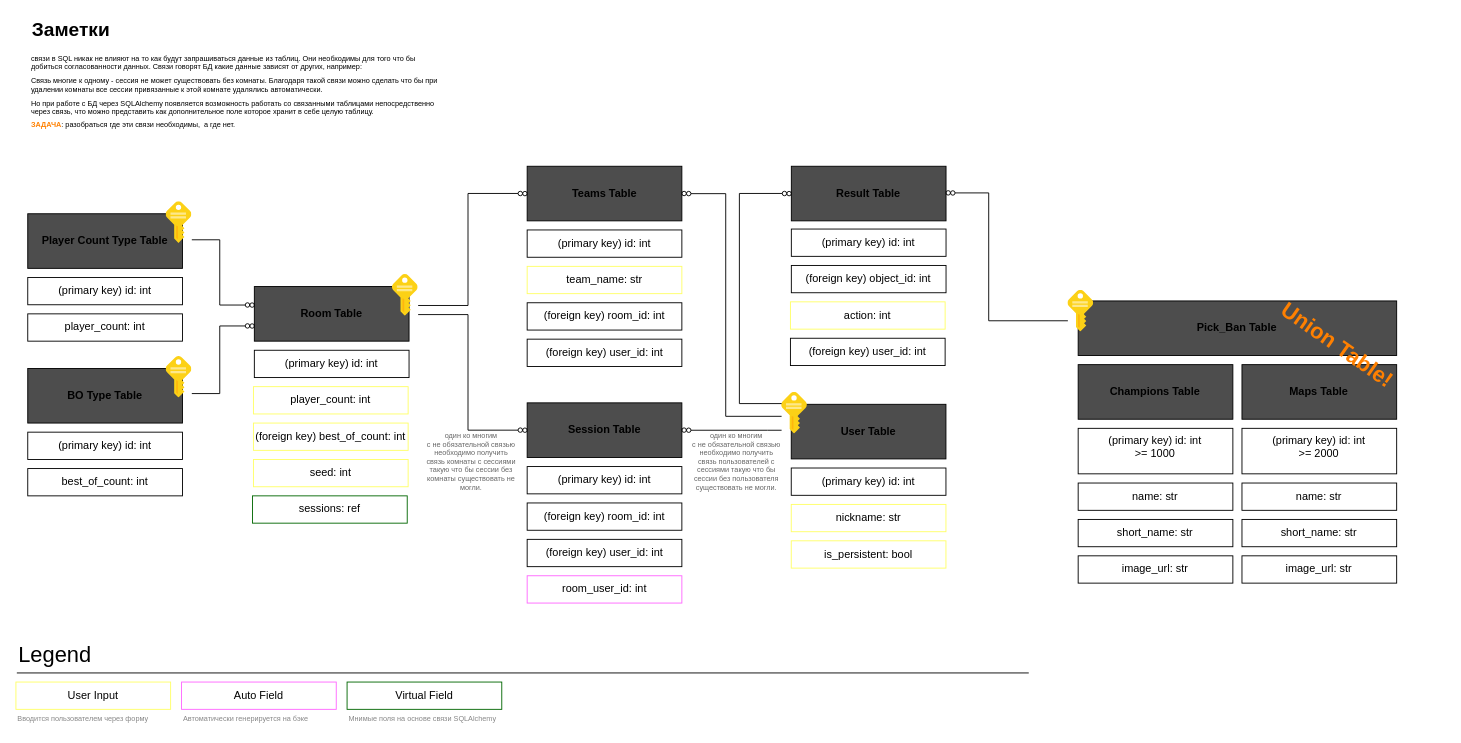
Above: page "DB_Arch" (1 of 5) of quakePicker.drawio in wilsonept/quake-picker (draw.io), before the change. Source tidied: cells renumbered, new cells numbered last; positions are measured from the earlier drawing's top-left corner, leaving out a move shared by most shapes. Both pictures are drawn from the tidied source at 91%, with x=0, y=0 at pixel (15, 15).
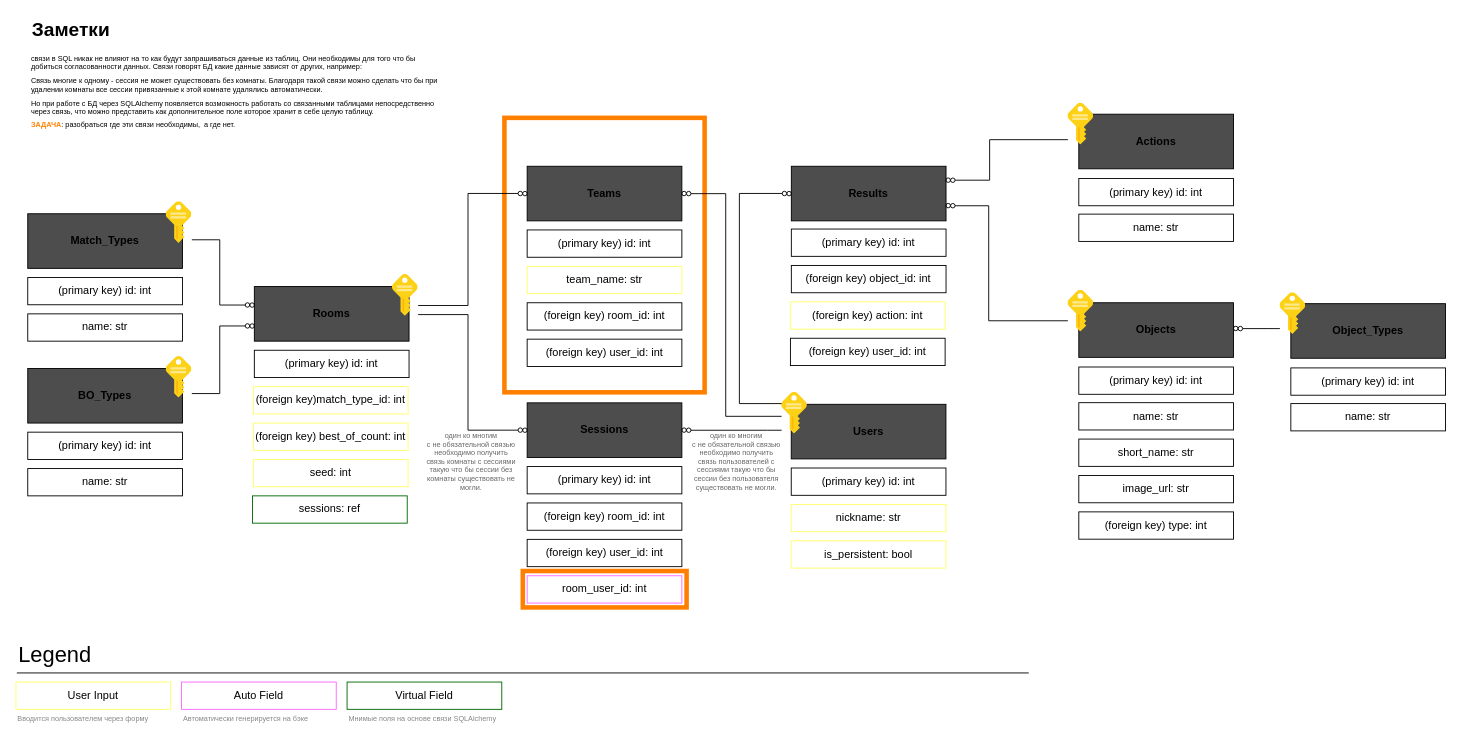
Above is the later version.

Unchanged cells that the change refers to:
```xml
<mxCell id="92" style="ellipse;whiteSpace=wrap;html=1;rounded=1;fontSize=18;fontColor=none;strokeColor=default;fillColor=none;noLabel=1;" parent="90" vertex="1">
  <mxGeometry x="5.1" y="0.1" width="4.9" height="4.9" as="geometry" />
</mxCell>
```

What changed in the source:
```diff
@@
+    <mxCell id="94" style="rounded=0;whiteSpace=wrap;html=1;fontSize=41;fontColor=#FFFFFF;strokeColor=#FF8000;strokeWidth=5;" parent="1" vertex="1">
+      <mxGeometry x="557" y="610" width="180" height="40" as="geometry" />
+    </mxCell>
+    <mxCell id="95" value="WTF?" style="rounded=0;whiteSpace=wrap;html=1;fontSize=41;fontColor=#FFFFFF;strokeColor=#FF8000;strokeWidth=5;verticalAlign=top;" parent="1" vertex="1">
+      <mxGeometry x="536.8" y="112" width="220" height="301.6" as="geometry" />
+    </mxCell>
-    <mxCell id="2" value="Room Table" style="rounded=0;whiteSpace=wrap;html=1;fillColor=#4D4D4D;fontStyle=1;" parent="1" vertex="1">
+    <mxCell id="2" value="Rooms" style="rounded=0;whiteSpace=wrap;html=1;fillColor=#4D4D4D;fontStyle=1;" parent="1" vertex="1">
       <mxGeometry x="262" y="297.4" width="170" height="60" as="geometry" />
     </mxCell>
-    <mxCell id="3" value="User Table" style="rounded=0;whiteSpace=wrap;html=1;fillColor=#4D4D4D;fontStyle=1;" parent="1" vertex="1">
+    <mxCell id="3" value="Users" style="rounded=0;whiteSpace=wrap;html=1;fillColor=#4D4D4D;fontStyle=1;" parent="1" vertex="1">
       <mxGeometry x="852" y="426.8" width="170" height="60" as="geometry" />
     </mxCell>
-    <mxCell id="4" value="Champions Table" style="rounded=0;whiteSpace=wrap;html=1;fillColor=#4D4D4D;fontStyle=1;" parent="1" vertex="1">
-      <mxGeometry x="1167.3" y="383.2" width="170" height="60" as="geometry" />
-    </mxCell>
@@
-    <mxCell id="6" value="player_count: int" style="rounded=0;whiteSpace=wrap;html=1;strokeColor=#FFFF66;" parent="1" vertex="1">
+    <mxCell id="6" value="(foreign key)match_type_id: int" style="rounded=0;whiteSpace=wrap;html=1;strokeColor=#FFFF66;" parent="1" vertex="1">
       <mxGeometry x="261" y="407.4" width="170" height="30" as="geometry" />
     </mxCell>
@@
-    <mxCell id="9" value="(primary key) id: int&lt;br&gt;&amp;gt;= 1000" style="rounded=0;whiteSpace=wrap;html=1;verticalAlign=top;" parent="1" vertex="1">
-      <mxGeometry x="1167.3" y="453.2" width="170" height="50" as="geometry" />
-    </mxCell>
-    <mxCell id="10" value="name: str" style="rounded=0;whiteSpace=wrap;html=1;" parent="1" vertex="1">
-      <mxGeometry x="1167.3" y="513.3" width="170" height="30" as="geometry" />
-    </mxCell>
-    <mxCell id="11" value="Player Count Type Table" style="rounded=0;whiteSpace=wrap;html=1;fillColor=#4D4D4D;fontStyle=1;" parent="1" vertex="1">
+    <mxCell id="11" value="Match_Types" style="rounded=0;whiteSpace=wrap;html=1;fillColor=#4D4D4D;fontStyle=1;" parent="1" vertex="1">
       <mxGeometry x="13" y="217.4" width="170" height="60" as="geometry" />
     </mxCell>
-    <mxCell id="12" value="best_of_count: int" style="rounded=0;whiteSpace=wrap;html=1;" parent="1" vertex="1">
+    <mxCell id="12" value="name: str" style="rounded=0;whiteSpace=wrap;html=1;" parent="1" vertex="1">
       <mxGeometry x="13" y="497.4" width="170" height="30" as="geometry" />
     </mxCell>
-    <mxCell id="13" value="BO Type Table" style="rounded=0;whiteSpace=wrap;html=1;fillColor=#4D4D4D;fontStyle=1;" parent="1" vertex="1">
+    <mxCell id="13" value="BO_Types" style="rounded=0;whiteSpace=wrap;html=1;fillColor=#4D4D4D;fontStyle=1;" parent="1" vertex="1">
       <mxGeometry x="13" y="387.4" width="170" height="60" as="geometry" />
     </mxCell>
@@
-    <mxCell id="15" value="player_count: int" style="rounded=0;whiteSpace=wrap;html=1;" parent="1" vertex="1">
+    <mxCell id="15" value="name: str" style="rounded=0;whiteSpace=wrap;html=1;" parent="1" vertex="1">
       <mxGeometry x="13" y="327.4" width="170" height="30" as="geometry" />
     </mxCell>
@@
-    <mxCell id="18" value="Maps Table" style="rounded=0;whiteSpace=wrap;html=1;fillColor=#4D4D4D;fontStyle=1;" parent="1" vertex="1">
-      <mxGeometry x="1347.3" y="383.2" width="170" height="60" as="geometry" />
-    </mxCell>
-    <mxCell id="19" value="Session Table" style="rounded=0;whiteSpace=wrap;html=1;fillColor=#4D4D4D;fontStyle=1;" parent="1" vertex="1">
+    <mxCell id="19" value="Sessions" style="rounded=0;whiteSpace=wrap;html=1;fillColor=#4D4D4D;fontStyle=1;" parent="1" vertex="1">
       <mxGeometry x="561.8" y="425.2" width="170" height="60" as="geometry" />
     </mxCell>
@@
-    <mxCell id="24" value="Teams Table" style="rounded=0;whiteSpace=wrap;html=1;fillColor=#4D4D4D;fontStyle=1;" parent="1" vertex="1">
+    <mxCell id="24" value="Teams" style="rounded=0;whiteSpace=wrap;html=1;fillColor=#4D4D4D;fontStyle=1;" parent="1" vertex="1">
       <mxGeometry x="561.8" y="165.2" width="170" height="60" as="geometry" />
     </mxCell>
@@
-    <mxCell id="32" value="name: str" style="rounded=0;whiteSpace=wrap;html=1;" parent="1" vertex="1">
-      <mxGeometry x="1347.3" y="513.3" width="170" height="30" as="geometry" />
-    </mxCell>
-    <mxCell id="33" value="(primary key) id: int&lt;br&gt;&amp;gt;= 2000" style="rounded=0;whiteSpace=wrap;html=1;verticalAlign=top;" parent="1" vertex="1">
-      <mxGeometry x="1347.3" y="453.2" width="170" height="50" as="geometry" />
-    </mxCell>
@@
-    <mxCell id="36" value="Result Table" style="rounded=0;whiteSpace=wrap;html=1;fillColor=#4D4D4D;fontStyle=1;" parent="1" vertex="1">
+    <mxCell id="36" value="Results" style="rounded=0;whiteSpace=wrap;html=1;fillColor=#4D4D4D;fontStyle=1;" parent="1" vertex="1">
       <mxGeometry x="852.1" y="165.2" width="170" height="60" as="geometry" />
     </mxCell>
@@
-    <mxCell id="38" value="action: int" style="rounded=0;whiteSpace=wrap;html=1;strokeColor=#FFFF66;" parent="1" vertex="1">
+    <mxCell id="38" value="(foreign key) action: int" style="rounded=0;whiteSpace=wrap;html=1;strokeColor=#FFFF66;" parent="1" vertex="1">
       <mxGeometry x="851.1" y="314.2" width="170" height="30" as="geometry" />
     </mxCell>
@@
-    <mxCell id="40" value="Pick_Ban Table" style="rounded=0;whiteSpace=wrap;html=1;fillColor=#4D4D4D;fontStyle=1;glass=0;shadow=0;" parent="1" vertex="1">
-      <mxGeometry x="1167.3" y="313.2" width="350" height="60" as="geometry" />
-    </mxCell>
@@
-    <mxCell id="44" value="Union Table!" style="text;html=1;strokeColor=none;fillColor=none;align=center;verticalAlign=middle;whiteSpace=wrap;rounded=0;fontSize=24;fontColor=#FF8000;rotation=35;fontStyle=1;glass=0;shadow=0;labelBorderColor=none;" parent="1" vertex="1">
-      <mxGeometry x="1352.4" y="347.2" width="200" height="30" as="geometry" />
-    </mxCell>
@@
-    <mxCell id="48" value="image_url: str" style="rounded=0;whiteSpace=wrap;html=1;" parent="1" vertex="1">
-      <mxGeometry x="1167.3" y="593.3" width="170" height="30" as="geometry" />
-    </mxCell>
-    <mxCell id="49" value="image_url: str" style="rounded=0;whiteSpace=wrap;html=1;" parent="1" vertex="1">
-      <mxGeometry x="1347.3" y="593.3" width="170" height="30" as="geometry" />
-    </mxCell>
-    <mxCell id="50" value="short_name: str" style="rounded=0;whiteSpace=wrap;html=1;" parent="1" vertex="1">
-      <mxGeometry x="1167.3" y="553.3" width="170" height="30" as="geometry" />
-    </mxCell>
-    <mxCell id="51" value="short_name: str" style="rounded=0;whiteSpace=wrap;html=1;" parent="1" vertex="1">
-      <mxGeometry x="1347.3" y="553.3" width="170" height="30" as="geometry" />
-    </mxCell>
@@
-    <mxCell id="84" style="sketch=0;html=1;points=[];align=center;image;fontSize=12;image=img/lib/mscae/Key.svg;fontColor=#FF8000;strokeColor=#006600;" parent="1" vertex="1">
-      <mxGeometry x="1156" y="301.5" width="28.3" height="45.7" as="geometry" />
-    </mxCell>
@@
     <mxCell id="90" style="group;" parent="1" vertex="1">
-      <mxGeometry x="1022" y="192" width="10" height="5" as="geometry" />
+      <mxGeometry x="1022" y="206" width="10" height="5" as="geometry" />
     </mxCell>
@@
     <mxCell id="93" style="edgeStyle=orthogonalEdgeStyle;rounded=0;jettySize=auto;html=1;fontSize=21;fontColor=#FFFFFF;endArrow=none;endFill=0;" parent="1" edge="1" source="92" target="84">
       <mxGeometry relative="1" as="geometry">
         <Array as="points">
-          <mxPoint x="1069" y="195" />
+          <mxPoint x="1069" y="209" />
           <mxPoint x="1069" y="335" />
         </Array>
       </mxGeometry>
     </mxCell>
+    <mxCell id="96" value="Objects" style="rounded=0;whiteSpace=wrap;html=1;fillColor=#4D4D4D;fontStyle=1;glass=0;shadow=0;" parent="1" vertex="1">
+      <mxGeometry x="1168" y="315.2" width="170" height="60" as="geometry" />
+    </mxCell>
+    <mxCell id="97" value="name: str" style="rounded=0;whiteSpace=wrap;html=1;" parent="1" vertex="1">
+      <mxGeometry x="1168" y="425" width="170" height="30" as="geometry" />
+    </mxCell>
+    <mxCell id="98" value="image_url: str" style="rounded=0;whiteSpace=wrap;html=1;" parent="1" vertex="1">
+      <mxGeometry x="1168" y="505" width="170" height="30" as="geometry" />
+    </mxCell>
+    <mxCell id="99" value="short_name: str" style="rounded=0;whiteSpace=wrap;html=1;" parent="1" vertex="1">
+      <mxGeometry x="1168" y="465" width="170" height="30" as="geometry" />
+    </mxCell>
+    <mxCell id="100" value="(foreign key) type: int" style="rounded=0;whiteSpace=wrap;html=1;" parent="1" vertex="1">
+      <mxGeometry x="1168" y="545" width="170" height="30" as="geometry" />
+    </mxCell>
+    <mxCell id="101" value="(primary key) id: int" style="rounded=0;whiteSpace=wrap;html=1;" parent="1" vertex="1">
+      <mxGeometry x="1168" y="385.8" width="170" height="30" as="geometry" />
+    </mxCell>
+    <mxCell id="102" value="Actions" style="rounded=0;whiteSpace=wrap;html=1;fillColor=#4D4D4D;fontStyle=1;glass=0;shadow=0;" parent="1" vertex="1">
+      <mxGeometry x="1168" y="108" width="170" height="60" as="geometry" />
+    </mxCell>
+    <mxCell id="103" value="name: str" style="rounded=0;whiteSpace=wrap;html=1;" parent="1" vertex="1">
+      <mxGeometry x="1168" y="217.8" width="170" height="30" as="geometry" />
+    </mxCell>
+    <mxCell id="104" value="(primary key) id: int" style="rounded=0;whiteSpace=wrap;html=1;" parent="1" vertex="1">
+      <mxGeometry x="1168" y="178.6" width="170" height="30" as="geometry" />
+    </mxCell>
+    <mxCell id="105" style="group;" parent="1" vertex="1">
+      <mxGeometry x="1022" y="178" width="10" height="5" as="geometry" />
+    </mxCell>
+    <mxCell id="106" style="ellipse;whiteSpace=wrap;html=1;rounded=1;fontSize=18;fontColor=none;strokeColor=default;fillColor=none;noLabel=1;" parent="105" vertex="1">
+      <mxGeometry width="4.9" height="4.9" as="geometry" />
+    </mxCell>
+    <mxCell id="107" style="ellipse;whiteSpace=wrap;html=1;rounded=1;fontSize=18;fontColor=none;strokeColor=default;fillColor=none;noLabel=1;" parent="105" vertex="1">
+      <mxGeometry x="5.1" y="0.1" width="4.9" height="4.9" as="geometry" />
+    </mxCell>
+    <mxCell id="108" style="sketch=0;html=1;points=[];align=center;image;fontSize=12;image=img/lib/mscae/Key.svg;fontColor=#FF8000;strokeColor=#006600;" parent="1" vertex="1">
+      <mxGeometry x="1156" y="96" width="28.3" height="45.7" as="geometry" />
+    </mxCell>
+    <mxCell id="109" style="edgeStyle=orthogonalEdgeStyle;rounded=0;jettySize=auto;html=1;fontSize=41;fontColor=#FFFFFF;endArrow=none;endFill=0;" parent="1" edge="1" source="107" target="108">
+      <mxGeometry relative="1" as="geometry">
+        <Array as="points">
+          <mxPoint x="1070" y="181" />
+          <mxPoint x="1070" y="136" />
+        </Array>
+      </mxGeometry>
+    </mxCell>
+    <mxCell id="84" style="sketch=0;html=1;points=[];align=center;image;fontSize=12;image=img/lib/mscae/Key.svg;fontColor=#FF8000;strokeColor=#006600;" parent="1" vertex="1">
+      <mxGeometry x="1156" y="301.5" width="28.3" height="45.7" as="geometry" />
+    </mxCell>
+    <mxCell id="110" style="group;" parent="1" vertex="1">
+      <mxGeometry x="1338" y="341" width="10" height="5" as="geometry" />
+    </mxCell>
+    <mxCell id="111" style="ellipse;whiteSpace=wrap;html=1;rounded=1;fontSize=18;fontColor=none;strokeColor=default;fillColor=none;noLabel=1;" parent="110" vertex="1">
+      <mxGeometry width="4.9" height="4.9" as="geometry" />
+    </mxCell>
+    <mxCell id="112" style="ellipse;whiteSpace=wrap;html=1;rounded=1;fontSize=18;fontColor=none;strokeColor=default;fillColor=none;noLabel=1;" parent="110" vertex="1">
+      <mxGeometry x="5.1" y="0.1" width="4.9" height="4.9" as="geometry" />
+    </mxCell>
+    <mxCell id="113" value="Object_Types" style="rounded=0;whiteSpace=wrap;html=1;fillColor=#4D4D4D;fontStyle=1;glass=0;shadow=0;" parent="1" vertex="1">
+      <mxGeometry x="1401" y="316.2" width="170" height="60" as="geometry" />
+    </mxCell>
+    <mxCell id="114" value="name: str" style="rounded=0;whiteSpace=wrap;html=1;" parent="1" vertex="1">
+      <mxGeometry x="1401" y="426" width="170" height="30" as="geometry" />
+    </mxCell>
+    <mxCell id="115" value="(primary key) id: int" style="rounded=0;whiteSpace=wrap;html=1;" parent="1" vertex="1">
+      <mxGeometry x="1401" y="386.8" width="170" height="30" as="geometry" />
+    </mxCell>
+    <mxCell id="116" style="sketch=0;html=1;points=[];align=center;image;fontSize=12;image=img/lib/mscae/Key.svg;fontColor=#FF8000;strokeColor=#006600;" parent="1" vertex="1">
+      <mxGeometry x="1389" y="304.2" width="28.3" height="45.7" as="geometry" />
+    </mxCell>
+    <mxCell id="117" style="edgeStyle=orthogonalEdgeStyle;rounded=0;jettySize=auto;html=1;fontSize=41;fontColor=#FFFFFF;endArrow=none;endFill=0;" parent="1" edge="1" source="112" target="116">
+      <mxGeometry relative="1" as="geometry">
+        <Array as="points">
+          <mxPoint x="1376" y="344" />
+          <mxPoint x="1376" y="344" />
+        </Array>
+      </mxGeometry>
+    </mxCell>
```
